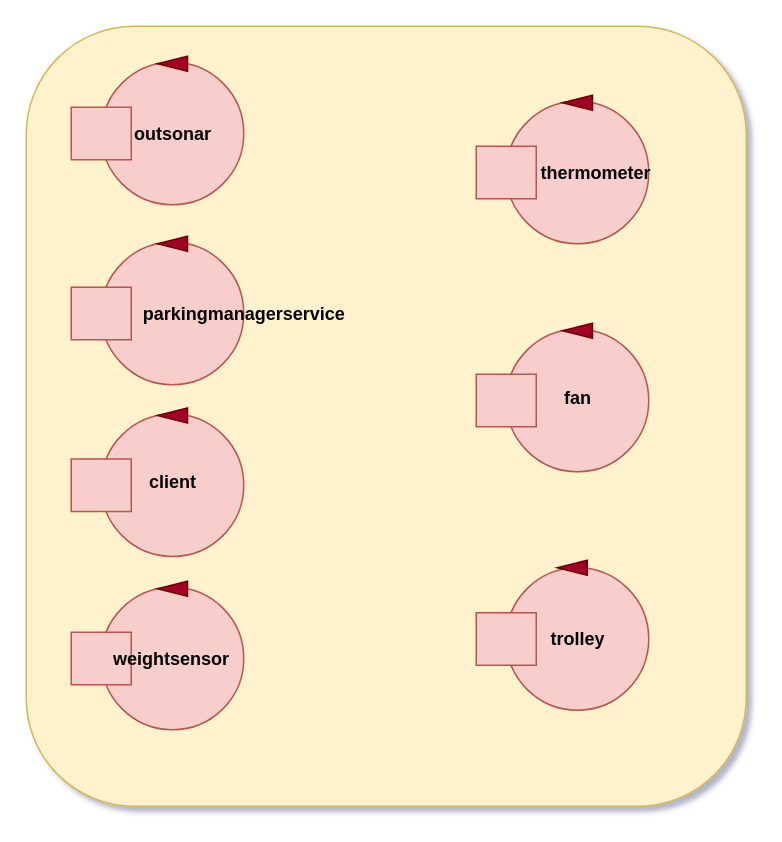
Above: Automated_Car_Parking/sprint_3/it.unibo.ParkManagerService_s3/userDocs/actors.drawio in LeoManto/Mantovani_Leonardo (draw.io), before the change. Source tidied: cells renumbered, new cells numbered last; positions are measured from the earlier drawing's top-left corner, leaving out a move shared by most shapes. Both pictures are drawn from the tidied source at 150%, with x=0, y=0 at pixel (26, 26).
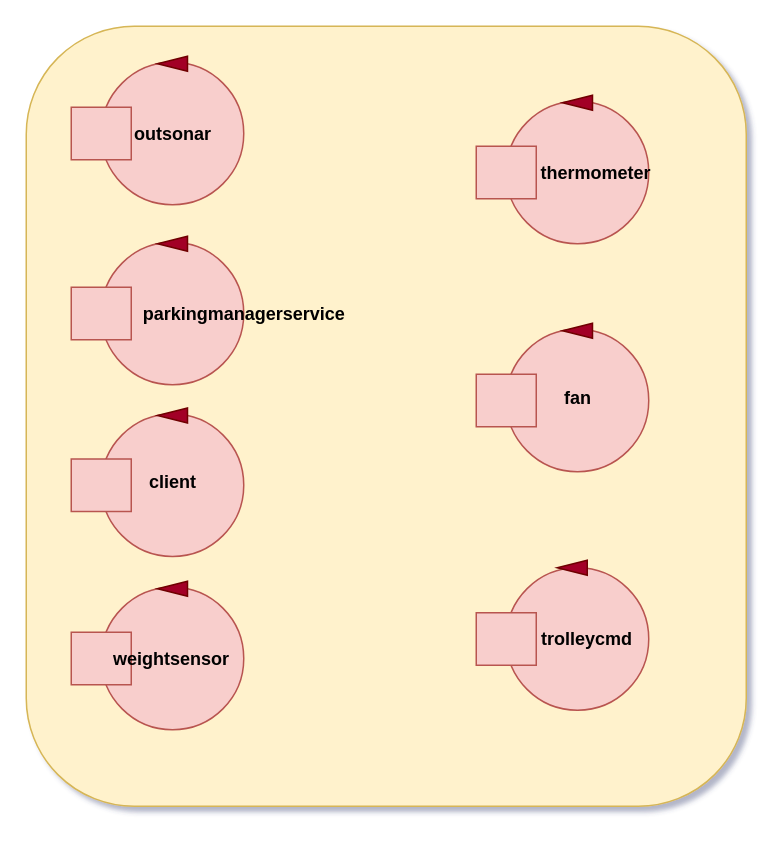
The same diagram, later.

Change to the diagram source:
```diff
@@
-    <mxCell id="30" value="&lt;b&gt;trolley&lt;/b&gt;" style="text;html=1;strokeColor=none;fillColor=none;align=center;verticalAlign=middle;whiteSpace=wrap;rounded=0;" parent="1" vertex="1">
-      <mxGeometry x="348" y="399" width="40" height="20" as="geometry" />
+    <mxCell id="30" value="&lt;b&gt;trolleycmd&lt;/b&gt;" style="text;html=1;strokeColor=none;fillColor=none;align=center;verticalAlign=middle;whiteSpace=wrap;rounded=0;" parent="1" vertex="1">
+      <mxGeometry x="354" y="398.5" width="40" height="20" as="geometry" />
     </mxCell>
```
